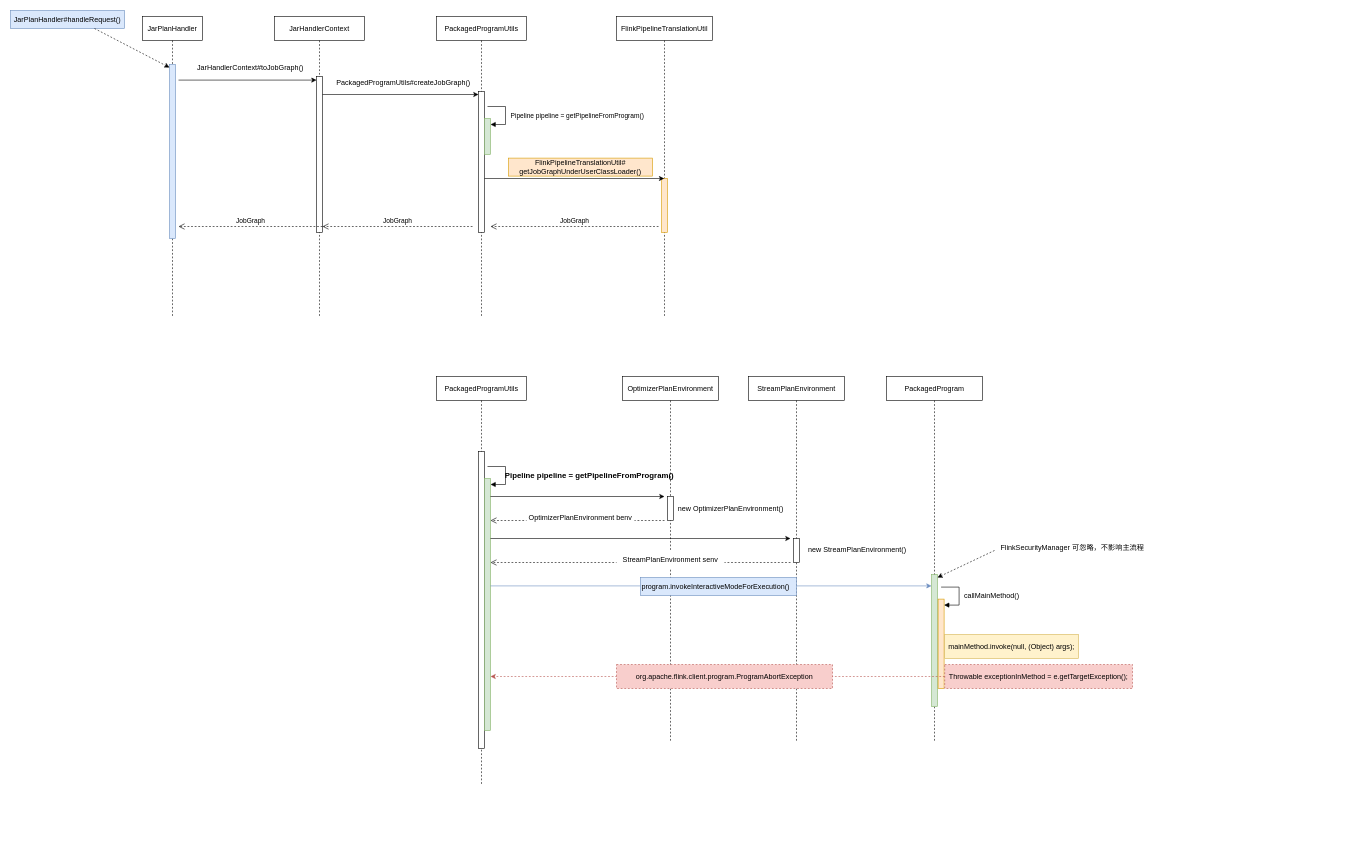
Earlier version of the draw.io diagram page "JobGraph Pipeline" (10 of 12) of Drawio/Flink Standalone.drawio (xinzhuxiansheng/blog-notes). Source tidied: cells renumbered, new cells numbered last; positions are measured from the earlier drawing's top-left corner, leaving out a move shared by most shapes. Both pictures are drawn from the tidied source at 60%, with x=0, y=0 at pixel (10, 10).
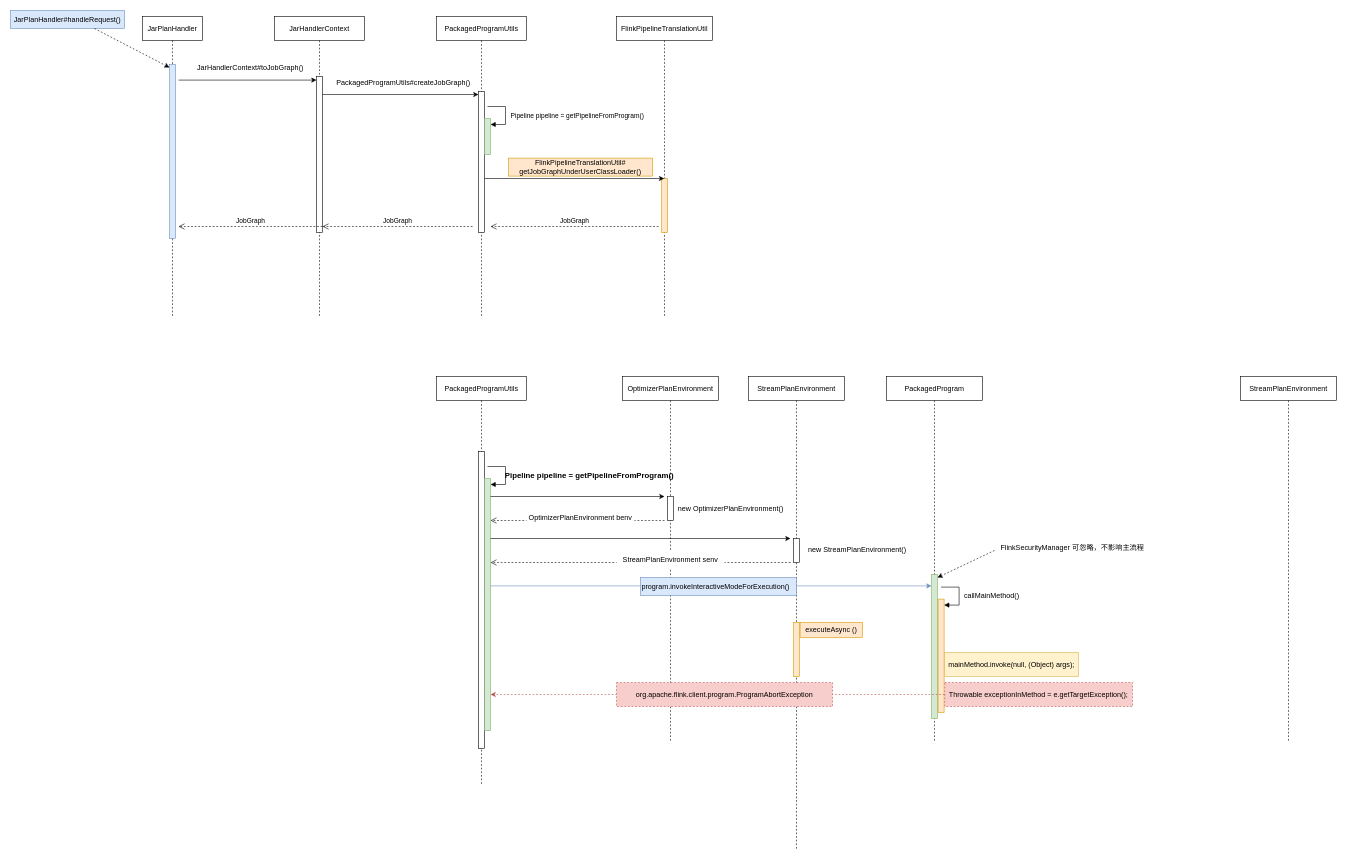
The same page after the edit.

The change refers to these unchanged cells:
```xml
<mxCell id="26" style="html=1;points=[[0,0,0,0,5],[0,1,0,0,-5],[1,0,0,0,5],[1,1,0,0,-5]];perimeter=orthogonalPerimeter;outlineConnect=0;targetShapes=umlLifeline;portConstraint=eastwest;newEdgeStyle={&quot;curved&quot;:0,&quot;rounded&quot;:0};fillColor=#d5e8d4;strokeColor=#82b366;" parent="24" vertex="1">
  <mxGeometry x="80" y="170" width="10" height="420" as="geometry" />
</mxCell>
<mxCell id="39" value="&lt;span style=&quot;text-align: left;&quot;&gt;PackagedProgram&lt;/span&gt;" style="shape=umlLifeline;perimeter=lifelinePerimeter;whiteSpace=wrap;html=1;newEdgeStyle={&quot;edgeStyle&quot;:&quot;elbowEdgeStyle&quot;,&quot;elbow&quot;:&quot;vertical&quot;,&quot;curved&quot;:0,&quot;rounded&quot;:0};" parent="1" vertex="1">
  <mxGeometry x="1460" y="610" width="160" height="610" as="geometry" />
</mxCell>
```

The edit, as a diff of the source:
```diff
@@
     <mxCell id="32" value="&lt;span style=&quot;text-align: left;&quot;&gt;StreamPlanEnvironment&lt;/span&gt;" style="shape=umlLifeline;perimeter=lifelinePerimeter;whiteSpace=wrap;html=1;newEdgeStyle={&quot;edgeStyle&quot;:&quot;elbowEdgeStyle&quot;,&quot;elbow&quot;:&quot;vertical&quot;,&quot;curved&quot;:0,&quot;rounded&quot;:0};" parent="1" vertex="1">
-      <mxGeometry x="1230" y="610" width="160" height="610" as="geometry" />
+      <mxGeometry x="1230" y="610" width="160" height="790" as="geometry" />
     </mxCell>
@@
+    <mxCell id="54" style="html=1;perimeter=orthogonalPerimeter;targetShapes=umlLifeline;newEdgeStyle={&quot;curved&quot;:0,&quot;rounded&quot;:0};fillColor=#ffe6cc;strokeColor=#d79b00;" parent="32" vertex="1">
+      <mxGeometry x="75" y="410" width="10" height="90" as="geometry" />
+    </mxCell>
@@
     <mxCell id="40" style="html=1;points=[[0,0,0,0,5],[0,1,0,0,-5],[1,0,0,0,5],[1,1,0,0,-5]];perimeter=orthogonalPerimeter;outlineConnect=0;targetShapes=umlLifeline;portConstraint=eastwest;newEdgeStyle={&quot;curved&quot;:0,&quot;rounded&quot;:0};fillColor=#d5e8d4;strokeColor=#82b366;" parent="39" vertex="1">
-      <mxGeometry x="75" y="330" width="10" height="220" as="geometry" />
+      <mxGeometry x="75" y="330" width="10" height="240" as="geometry" />
     </mxCell>
     <mxCell id="41" style="html=1;points=[[0,0,0,0,5],[0,1,0,0,-5],[1,0,0,0,5],[1,1,0,0,-5]];perimeter=orthogonalPerimeter;outlineConnect=0;targetShapes=umlLifeline;portConstraint=eastwest;newEdgeStyle={&quot;curved&quot;:0,&quot;rounded&quot;:0};fillColor=#ffe6cc;strokeColor=#d79b00;" parent="39" vertex="1">
-      <mxGeometry x="86" y="371" width="10" height="149" as="geometry" />
+      <mxGeometry x="86" y="371" width="10" height="189" as="geometry" />
     </mxCell>
@@
     <mxCell id="50" value="mainMethod.invoke(null, (Object) args);" style="rounded=0;whiteSpace=wrap;html=1;fillColor=#fff2cc;strokeColor=#d6b656;" parent="1" vertex="1">
-      <mxGeometry x="1557" y="1040" width="223" height="40" as="geometry" />
+      <mxGeometry x="1557" y="1070" width="223" height="40" as="geometry" />
     </mxCell>
     <mxCell id="51" value="Throwable exceptionInMethod = e.getTargetException();" style="text;whiteSpace=wrap;verticalAlign=middle;align=center;fillColor=#f8cecc;strokeColor=#b85450;dashed=1;" parent="1" vertex="1">
-      <mxGeometry x="1557" y="1090" width="313" height="40" as="geometry" />
+      <mxGeometry x="1557" y="1120" width="313" height="40" as="geometry" />
     </mxCell>
-    <mxCell id="52" style="endArrow=classic;html=1;rounded=0;exitX=0;exitY=0.5;exitDx=0;exitDy=0;dashed=1;fillColor=#f8cecc;strokeColor=#b85450;" parent="1" edge="1" source="51" target="26">
-      <mxGeometry relative="1" as="geometry" />
+    <mxCell id="52" style="endArrow=classic;html=1;rounded=0;exitX=0;exitY=0.5;exitDx=0;exitDy=0;dashed=1;fillColor=#f8cecc;strokeColor=#b85450;" parent="1" edge="1" source="51">
+      <mxGeometry relative="1" as="geometry">
+        <mxPoint x="800" y="1140" as="targetPoint" />
+      </mxGeometry>
     </mxCell>
     <mxCell id="53" value="org.apache.flink.client.program.ProgramAbortException" style="rounded=0;whiteSpace=wrap;html=1;fillColor=#f8cecc;strokeColor=#b85450;dashed=1;" parent="1" vertex="1">
-      <mxGeometry x="1010" y="1090" width="360" height="40" as="geometry" />
+      <mxGeometry x="1010" y="1120" width="360" height="40" as="geometry" />
     </mxCell>
+    <mxCell id="55" value="&lt;div style=&quot;text-align: left;&quot;&gt;&lt;span style=&quot;background-color: initial;&quot;&gt;StreamPlanEnvironment&lt;/span&gt;&lt;/div&gt;" style="shape=umlLifeline;perimeter=lifelinePerimeter;whiteSpace=wrap;html=1;newEdgeStyle={&quot;edgeStyle&quot;:&quot;elbowEdgeStyle&quot;,&quot;elbow&quot;:&quot;vertical&quot;,&quot;curved&quot;:0,&quot;rounded&quot;:0};" parent="1" vertex="1">
+      <mxGeometry x="2050" y="610" width="160" height="610" as="geometry" />
+    </mxCell>
+    <mxCell id="56" value="executeAsync ()" style="text;whiteSpace=wrap;verticalAlign=middle;align=center;fillColor=#ffe6cc;strokeColor=#d79b00;" parent="1" vertex="1">
+      <mxGeometry x="1316" y="1020" width="104" height="25" as="geometry" />
+    </mxCell>
```
